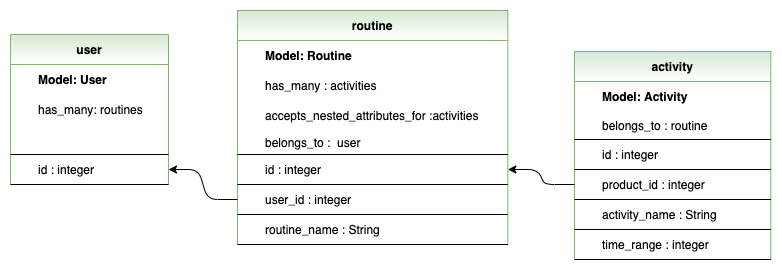
Above: Time Coach Data Base Diagram.png in computingtogether/time_coach_V6 (draw.io), before the change. Source tidied: cells renumbered, new cells last; positions are measured from the earlier drawing's top-left corner, leaving out a move shared by most shapes. Source of this version:
```xml
<mxGraphModel>
  <root>
    <mxCell id="0" />
    <mxCell id="1" parent="0" />
    <mxCell id="2" value="routine" style="shape=table;startSize=30;rowLines=0;fontStyle=1;align=center;columnLines=0;fillColor=#d5e8d4;strokeColor=#82b366;gradientColor=#ffffff;" parent="1" vertex="1">
      <mxGeometry x="227" width="270.3" height="234" as="geometry" />
    </mxCell>
    <mxCell id="3" style="shape=partialRectangle;fillColor=none;top=0;left=0;bottom=0;right=0;" parent="2" vertex="1">
      <mxGeometry y="30" width="270.3" height="30" as="geometry" />
    </mxCell>
    <mxCell id="4" value=" " style="shape=partialRectangle;fillColor=none;top=0;left=0;bottom=0;right=0;fontStyle=1;overflow=hidden;align=left;" parent="3" vertex="1">
      <mxGeometry width="20" height="30" as="geometry" />
    </mxCell>
    <mxCell id="5" value="Model: Routine" style="shape=partialRectangle;fillColor=none;top=0;left=0;bottom=0;right=0;align=left;spacingLeft=6;fontStyle=1;overflow=hidden;" parent="3" vertex="1">
      <mxGeometry x="20" width="250.3" height="30" as="geometry" />
    </mxCell>
    <mxCell id="6" style="shape=partialRectangle;fillColor=none;top=0;left=0;bottom=0;right=0;" parent="2" vertex="1">
      <mxGeometry y="60" width="270.3" height="30" as="geometry" />
    </mxCell>
    <mxCell id="7" style="shape=partialRectangle;fillColor=none;top=0;left=0;bottom=0;right=0;fontStyle=1;overflow=hidden;align=left;" parent="6" vertex="1">
      <mxGeometry width="20" height="30" as="geometry" />
    </mxCell>
    <mxCell id="8" value="has_many : activities" style="shape=partialRectangle;fillColor=none;top=0;left=0;bottom=0;right=0;align=left;spacingLeft=6;fontStyle=0;overflow=hidden;" parent="6" vertex="1">
      <mxGeometry x="20" width="250.3" height="30" as="geometry" />
    </mxCell>
    <mxCell id="9" style="shape=partialRectangle;fillColor=none;top=0;left=0;bottom=0;right=0;" parent="2" vertex="1">
      <mxGeometry y="90" width="270.3" height="30" as="geometry" />
    </mxCell>
    <mxCell id="10" style="shape=partialRectangle;fillColor=none;top=0;left=0;bottom=0;right=0;fontStyle=1;overflow=hidden;align=left;" parent="9" vertex="1">
      <mxGeometry width="20" height="30" as="geometry" />
    </mxCell>
    <mxCell id="11" value="accepts_nested_attributes_for :activities" style="shape=partialRectangle;fillColor=none;top=0;left=0;bottom=0;right=0;align=left;spacingLeft=6;fontStyle=0;overflow=hidden;" parent="9" vertex="1">
      <mxGeometry x="20" width="250.3" height="30" as="geometry" />
    </mxCell>
    <mxCell id="12" style="shape=partialRectangle;fillColor=none;top=0;left=0;bottom=1;right=0;" parent="2" vertex="1">
      <mxGeometry y="120" width="270.3" height="24" as="geometry" />
    </mxCell>
    <mxCell id="13" style="shape=partialRectangle;fillColor=none;top=0;left=0;bottom=0;right=0;fontStyle=1;overflow=hidden;" parent="12" vertex="1">
      <mxGeometry width="20" height="24" as="geometry" />
    </mxCell>
    <mxCell id="14" value="belongs_to :  user" style="shape=partialRectangle;fillColor=none;top=0;left=0;bottom=0;right=0;align=left;spacingLeft=6;fontStyle=0;overflow=hidden;" parent="12" vertex="1">
      <mxGeometry x="20" width="250.3" height="24" as="geometry" />
    </mxCell>
    <mxCell id="15" style="shape=partialRectangle;fillColor=none;top=0;left=0;bottom=1;right=0;points=[[0,0.5],[1,0.5]];portConstraint=eastwest;" parent="2" vertex="1">
      <mxGeometry y="144" width="270.3" height="30" as="geometry" />
    </mxCell>
    <mxCell id="16" style="shape=partialRectangle;fillColor=none;top=0;left=0;bottom=0;right=0;fontStyle=1;overflow=hidden;" parent="15" vertex="1">
      <mxGeometry width="20" height="30" as="geometry" />
    </mxCell>
    <mxCell id="17" value="id : integer" style="shape=partialRectangle;fillColor=none;top=0;left=0;bottom=0;right=0;align=left;spacingLeft=6;fontStyle=0;overflow=hidden;" parent="15" vertex="1">
      <mxGeometry x="20" width="250.3" height="30" as="geometry" />
    </mxCell>
    <mxCell id="18" style="shape=partialRectangle;fillColor=none;top=0;left=0;bottom=1;right=0;points=[[0,0.5],[1,0.5]];portConstraint=eastwest;" parent="2" vertex="1">
      <mxGeometry y="174" width="270.3" height="30" as="geometry" />
    </mxCell>
    <mxCell id="19" style="shape=partialRectangle;fillColor=none;top=0;left=0;bottom=0;right=0;fontStyle=1;overflow=hidden;" parent="18" vertex="1">
      <mxGeometry width="20" height="30" as="geometry" />
    </mxCell>
    <mxCell id="20" value="user_id : integer" style="shape=partialRectangle;fillColor=none;top=0;left=0;bottom=0;right=0;align=left;spacingLeft=6;fontStyle=0;overflow=hidden;" parent="18" vertex="1">
      <mxGeometry x="20" width="250.3" height="30" as="geometry" />
    </mxCell>
    <mxCell id="21" style="shape=partialRectangle;fillColor=none;top=0;left=0;bottom=1;right=0;" parent="2" vertex="1">
      <mxGeometry y="204" width="270.3" height="30" as="geometry" />
    </mxCell>
    <mxCell id="22" style="shape=partialRectangle;fillColor=none;top=0;left=0;bottom=0;right=0;fontStyle=1;overflow=hidden;" parent="21" vertex="1">
      <mxGeometry width="20" height="30" as="geometry" />
    </mxCell>
    <mxCell id="23" value="routine_name : String" style="shape=partialRectangle;fillColor=none;top=0;left=0;bottom=0;right=0;align=left;spacingLeft=6;fontStyle=0;overflow=hidden;" parent="21" vertex="1">
      <mxGeometry x="20" width="250.3" height="30" as="geometry" />
    </mxCell>
    <mxCell id="24" value="activity" style="shape=table;startSize=30;rowLines=0;fontStyle=1;align=center;columnLines=0;fillColor=#d5e8d4;strokeColor=#82b366;gradientColor=#ffffff;" parent="1" vertex="1">
      <mxGeometry x="564" y="41" width="196.3" height="208" as="geometry" />
    </mxCell>
    <mxCell id="25" style="shape=partialRectangle;fillColor=none;top=0;left=0;bottom=0;right=0;" parent="24" vertex="1">
      <mxGeometry y="30" width="196.3" height="29" as="geometry" />
    </mxCell>
    <mxCell id="26" value=" " style="shape=partialRectangle;fillColor=none;top=0;left=0;bottom=0;right=0;fontStyle=1;overflow=hidden;align=left;" parent="25" vertex="1">
      <mxGeometry width="20" height="29" as="geometry" />
    </mxCell>
    <mxCell id="27" value="Model: Activity" style="shape=partialRectangle;fillColor=none;top=0;left=0;bottom=0;right=0;align=left;spacingLeft=6;fontStyle=1;overflow=hidden;" parent="25" vertex="1">
      <mxGeometry x="20" width="176.3" height="29" as="geometry" />
    </mxCell>
    <mxCell id="28" style="shape=partialRectangle;fillColor=none;top=0;left=0;bottom=1;right=0;" parent="24" vertex="1">
      <mxGeometry y="59" width="196.3" height="29" as="geometry" />
    </mxCell>
    <mxCell id="29" style="shape=partialRectangle;fillColor=none;top=0;left=0;bottom=0;right=0;fontStyle=1;overflow=hidden;" parent="28" vertex="1">
      <mxGeometry width="20" height="29" as="geometry" />
    </mxCell>
    <mxCell id="30" value="belongs_to : routine" style="shape=partialRectangle;fillColor=none;top=0;left=0;bottom=0;right=0;align=left;spacingLeft=6;fontStyle=0;overflow=hidden;" parent="28" vertex="1">
      <mxGeometry x="20" width="176.3" height="29" as="geometry" />
    </mxCell>
    <mxCell id="31" style="shape=partialRectangle;fillColor=none;top=0;left=0;bottom=1;right=0;" parent="24" vertex="1">
      <mxGeometry y="88" width="196.3" height="30" as="geometry" />
    </mxCell>
    <mxCell id="32" style="shape=partialRectangle;fillColor=none;top=0;left=0;bottom=0;right=0;fontStyle=1;overflow=hidden;" parent="31" vertex="1">
      <mxGeometry width="20" height="30" as="geometry" />
    </mxCell>
    <mxCell id="33" value="id : integer" style="shape=partialRectangle;fillColor=none;top=0;left=0;bottom=0;right=0;align=left;spacingLeft=6;fontStyle=0;overflow=hidden;" parent="31" vertex="1">
      <mxGeometry x="20" width="176.3" height="30" as="geometry" />
    </mxCell>
    <mxCell id="34" style="shape=partialRectangle;fillColor=none;top=0;left=0;bottom=1;right=0;points=[[0,0.5],[1,0.5]];portConstraint=eastwest;" parent="24" vertex="1">
      <mxGeometry y="118" width="196.3" height="30" as="geometry" />
    </mxCell>
    <mxCell id="35" style="shape=partialRectangle;fillColor=none;top=0;left=0;bottom=0;right=0;fontStyle=1;overflow=hidden;" parent="34" vertex="1">
      <mxGeometry width="20" height="30" as="geometry" />
    </mxCell>
    <mxCell id="36" value="product_id : integer" style="shape=partialRectangle;fillColor=none;top=0;left=0;bottom=0;right=0;align=left;spacingLeft=6;fontStyle=0;overflow=hidden;" parent="34" vertex="1">
      <mxGeometry x="20" width="176.3" height="30" as="geometry" />
    </mxCell>
    <mxCell id="37" style="shape=partialRectangle;fillColor=none;top=0;left=0;bottom=1;right=0;" parent="24" vertex="1">
      <mxGeometry y="148" width="196.3" height="30" as="geometry" />
    </mxCell>
    <mxCell id="38" style="shape=partialRectangle;fillColor=none;top=0;left=0;bottom=0;right=0;fontStyle=1;overflow=hidden;" parent="37" vertex="1">
      <mxGeometry width="20" height="30" as="geometry" />
    </mxCell>
    <mxCell id="39" value="activity_name : String" style="shape=partialRectangle;fillColor=none;top=0;left=0;bottom=0;right=0;align=left;spacingLeft=6;fontStyle=0;overflow=hidden;" parent="37" vertex="1">
      <mxGeometry x="20" width="176.3" height="30" as="geometry" />
    </mxCell>
    <mxCell id="40" style="shape=partialRectangle;fillColor=none;top=0;left=0;bottom=1;right=0;" parent="24" vertex="1">
      <mxGeometry y="178" width="196.3" height="30" as="geometry" />
    </mxCell>
    <mxCell id="41" style="shape=partialRectangle;fillColor=none;top=0;left=0;bottom=0;right=0;fontStyle=1;overflow=hidden;" parent="40" vertex="1">
      <mxGeometry width="20" height="30" as="geometry" />
    </mxCell>
    <mxCell id="42" value="time_range : integer" style="shape=partialRectangle;fillColor=none;top=0;left=0;bottom=0;right=0;align=left;spacingLeft=6;fontStyle=0;overflow=hidden;" parent="40" vertex="1">
      <mxGeometry x="20" width="176.3" height="30" as="geometry" />
    </mxCell>
    <mxCell id="43" style="edgeStyle=entityRelationEdgeStyle;fontSize=12;html=1;endArrow=none;endFill=0;entryX=0;entryY=0.5;entryDx=0;entryDy=0;exitX=1;exitY=0.5;exitDx=0;exitDy=0;startArrow=classic;startFill=1;" parent="1" edge="1" source="15" target="34">
      <mxGeometry relative="1" as="geometry" />
    </mxCell>
    <mxCell id="44" value="user" style="shape=table;startSize=30;rowLines=0;fontStyle=1;align=center;columnLines=0;fillColor=#d5e8d4;strokeColor=#82b366;gradientColor=#ffffff;" parent="1" vertex="1">
      <mxGeometry y="24" width="158" height="150" as="geometry" />
    </mxCell>
    <mxCell id="45" style="shape=partialRectangle;fillColor=none;top=0;left=0;bottom=0;right=0;" parent="44" vertex="1">
      <mxGeometry y="30" width="158" height="30" as="geometry" />
    </mxCell>
    <mxCell id="46" value=" " style="shape=partialRectangle;fillColor=none;top=0;left=0;bottom=0;right=0;fontStyle=1;overflow=hidden;align=left;" parent="45" vertex="1">
      <mxGeometry width="20" height="30" as="geometry" />
    </mxCell>
    <mxCell id="47" value="Model: User" style="shape=partialRectangle;fillColor=none;top=0;left=0;bottom=0;right=0;align=left;spacingLeft=6;fontStyle=1;overflow=hidden;" parent="45" vertex="1">
      <mxGeometry x="20" width="138" height="30" as="geometry" />
    </mxCell>
    <mxCell id="48" style="shape=partialRectangle;fillColor=none;top=0;left=0;bottom=0;right=0;" parent="44" vertex="1">
      <mxGeometry y="60" width="158" height="30" as="geometry" />
    </mxCell>
    <mxCell id="49" style="shape=partialRectangle;fillColor=none;top=0;left=0;bottom=0;right=0;fontStyle=1;overflow=hidden;align=left;" parent="48" vertex="1">
      <mxGeometry width="20" height="30" as="geometry" />
    </mxCell>
    <mxCell id="50" value="has_many: routines" style="shape=partialRectangle;fillColor=none;top=0;left=0;bottom=0;right=0;align=left;spacingLeft=6;fontStyle=0;overflow=hidden;" parent="48" vertex="1">
      <mxGeometry x="20" width="138" height="30" as="geometry" />
    </mxCell>
    <mxCell id="51" style="shape=partialRectangle;fillColor=none;top=0;left=0;bottom=1;right=0;" parent="44" vertex="1">
      <mxGeometry y="90" width="158" height="30" as="geometry" />
    </mxCell>
    <mxCell id="52" style="shape=partialRectangle;fillColor=none;top=0;left=0;bottom=0;right=0;fontStyle=1;overflow=hidden;" parent="51" vertex="1">
      <mxGeometry width="20" height="30" as="geometry" />
    </mxCell>
    <mxCell id="53" style="shape=partialRectangle;fillColor=none;top=0;left=0;bottom=0;right=0;align=left;spacingLeft=6;fontStyle=0;overflow=hidden;" parent="51" vertex="1">
      <mxGeometry x="20" width="138" height="30" as="geometry" />
    </mxCell>
    <mxCell id="54" style="shape=partialRectangle;fillColor=none;top=0;left=0;bottom=1;right=0;points=[[0,0.5],[1,0.5]];portConstraint=eastwest;" parent="44" vertex="1">
      <mxGeometry y="120" width="158" height="30" as="geometry" />
    </mxCell>
    <mxCell id="55" style="shape=partialRectangle;fillColor=none;top=0;left=0;bottom=0;right=0;fontStyle=1;overflow=hidden;" parent="54" vertex="1">
      <mxGeometry width="20" height="30" as="geometry" />
    </mxCell>
    <mxCell id="56" value="id : integer" style="shape=partialRectangle;fillColor=none;top=0;left=0;bottom=0;right=0;align=left;spacingLeft=6;fontStyle=0;overflow=hidden;" parent="54" vertex="1">
      <mxGeometry x="20" width="138" height="30" as="geometry" />
    </mxCell>
    <mxCell id="57" style="edgeStyle=entityRelationEdgeStyle;fontSize=12;html=1;endArrow=none;endFill=0;exitX=1;exitY=0.5;exitDx=0;exitDy=0;startArrow=classic;startFill=1;" parent="1" edge="1" source="54" target="18">
      <mxGeometry relative="1" as="geometry" />
    </mxCell>
  </root>
</mxGraphModel>
```
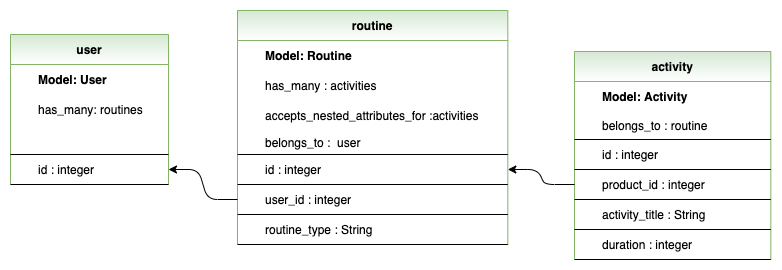
After the commit.

What changed in the source:
```diff
@@ -65,7 +65,7 @@
     <mxCell id="22" style="shape=partialRectangle;fillColor=none;top=0;left=0;bottom=0;right=0;fontStyle=1;overflow=hidden;" parent="21" vertex="1">
       <mxGeometry width="20" height="30" as="geometry" />
     </mxCell>
-    <mxCell id="23" value="routine_name : String" style="shape=partialRectangle;fillColor=none;top=0;left=0;bottom=0;right=0;align=left;spacingLeft=6;fontStyle=0;overflow=hidden;" parent="21" vertex="1">
+    <mxCell id="23" value="routine_type : String" style="shape=partialRectangle;fillColor=none;top=0;left=0;bottom=0;right=0;align=left;spacingLeft=6;fontStyle=0;overflow=hidden;" parent="21" vertex="1">
       <mxGeometry x="20" width="250.3" height="30" as="geometry" />
     </mxCell>
     <mxCell id="24" value="activity" style="shape=table;startSize=30;rowLines=0;fontStyle=1;align=center;columnLines=0;fillColor=#d5e8d4;strokeColor=#82b366;gradientColor=#ffffff;" parent="1" vertex="1">
@@ -113,7 +113,7 @@
     <mxCell id="38" style="shape=partialRectangle;fillColor=none;top=0;left=0;bottom=0;right=0;fontStyle=1;overflow=hidden;" parent="37" vertex="1">
       <mxGeometry width="20" height="30" as="geometry" />
     </mxCell>
-    <mxCell id="39" value="activity_name : String" style="shape=partialRectangle;fillColor=none;top=0;left=0;bottom=0;right=0;align=left;spacingLeft=6;fontStyle=0;overflow=hidden;" parent="37" vertex="1">
+    <mxCell id="39" value="activity_title : String" style="shape=partialRectangle;fillColor=none;top=0;left=0;bottom=0;right=0;align=left;spacingLeft=6;fontStyle=0;overflow=hidden;" parent="37" vertex="1">
       <mxGeometry x="20" width="176.3" height="30" as="geometry" />
     </mxCell>
     <mxCell id="40" style="shape=partialRectangle;fillColor=none;top=0;left=0;bottom=1;right=0;" parent="24" vertex="1">
@@ -122,7 +122,7 @@
     <mxCell id="41" style="shape=partialRectangle;fillColor=none;top=0;left=0;bottom=0;right=0;fontStyle=1;overflow=hidden;" parent="40" vertex="1">
       <mxGeometry width="20" height="30" as="geometry" />
     </mxCell>
-    <mxCell id="42" value="time_range : integer" style="shape=partialRectangle;fillColor=none;top=0;left=0;bottom=0;right=0;align=left;spacingLeft=6;fontStyle=0;overflow=hidden;" parent="40" vertex="1">
+    <mxCell id="42" value="duration : integer" style="shape=partialRectangle;fillColor=none;top=0;left=0;bottom=0;right=0;align=left;spacingLeft=6;fontStyle=0;overflow=hidden;" parent="40" vertex="1">
       <mxGeometry x="20" width="176.3" height="30" as="geometry" />
     </mxCell>
     <mxCell id="43" style="edgeStyle=entityRelationEdgeStyle;fontSize=12;html=1;endArrow=none;endFill=0;entryX=0;entryY=0.5;entryDx=0;entryDy=0;exitX=1;exitY=0.5;exitDx=0;exitDy=0;startArrow=classic;startFill=1;" parent="1" edge="1" source="15" target="34">
```
